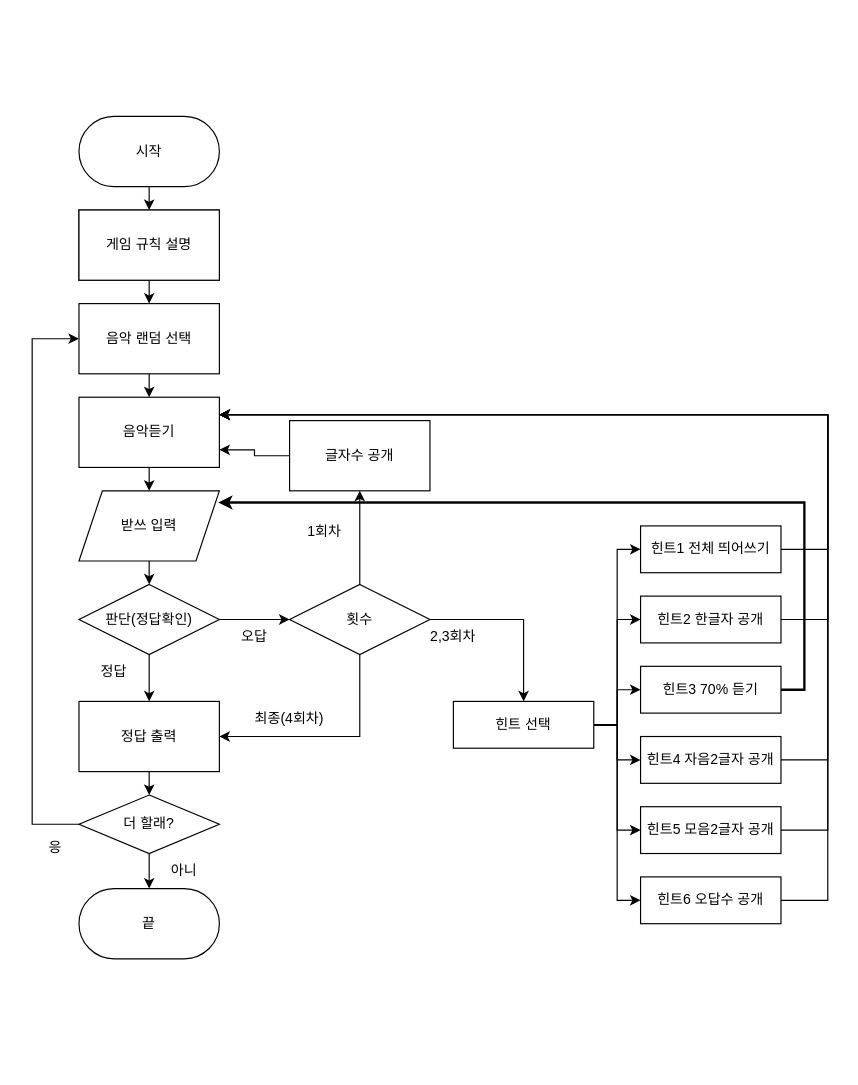
2024-SMHRD-SW-Fullstack-1/CDE-Markect keeps this draw.io diagram as 플로우차트.drawio. Above is the earlier version. Source tidied: cells renumbered, new cells numbered last; positions are measured from the earlier drawing's top-left corner, leaving out a move shared by most shapes. Both pictures are drawn from the tidied source at 117%, with x=0, y=0 at pixel (20, 116).
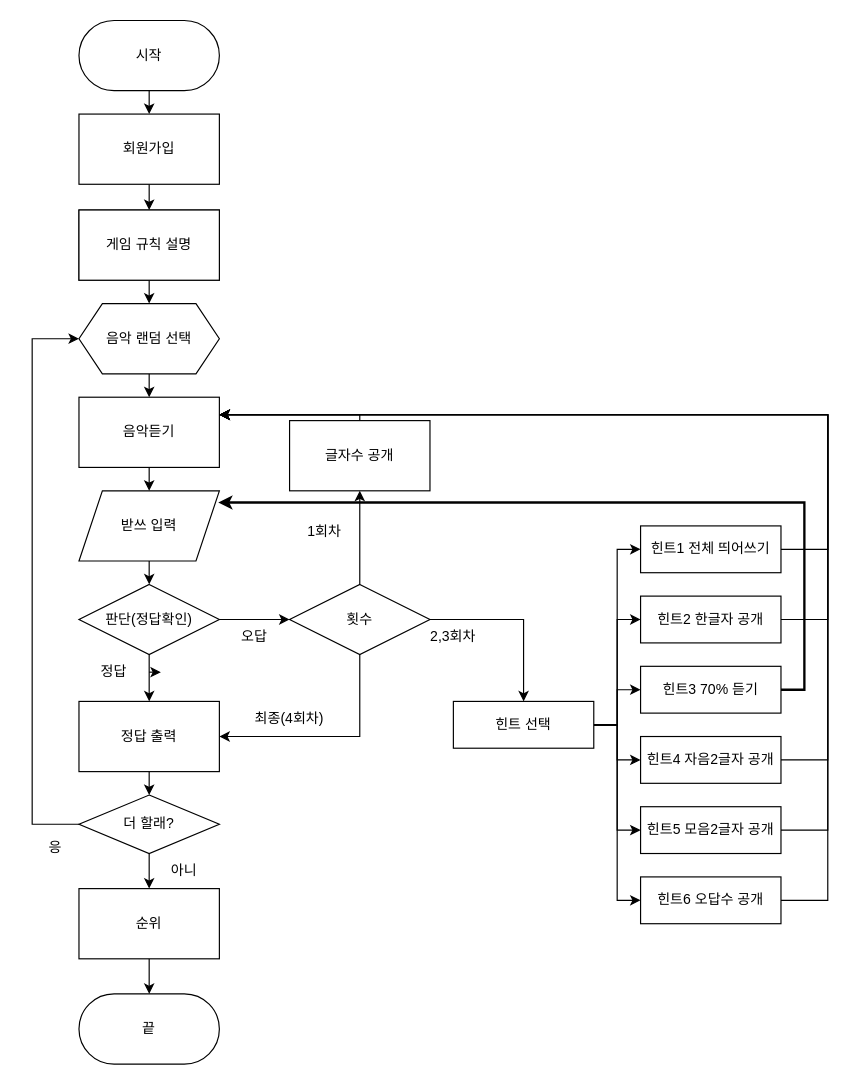
After the change.

Commit message:
미니프로젝트

Unchanged cells that the change refers to:
```xml
<mxCell id="11" value="게임 규칙 설명" style="rounded=0;whiteSpace=wrap;html=1;" parent="1" vertex="1">
  <mxGeometry x="50" y="80" width="120" height="60" as="geometry" />
</mxCell>
<mxCell id="13" value="음악듣기" style="rounded=0;whiteSpace=wrap;html=1;" parent="1" vertex="1">
  <mxGeometry x="50" y="240" width="120" height="60" as="geometry" />
</mxCell>
<mxCell id="36" value="정답" style="text;html=1;align=center;verticalAlign=middle;whiteSpace=wrap;rounded=0;" parent="1" vertex="1">
  <mxGeometry x="50" y="460" width="60" height="30" as="geometry" />
</mxCell>
<mxCell id="44" value="글자수 공개" style="rounded=0;whiteSpace=wrap;html=1;" parent="1" vertex="1">
  <mxGeometry x="230" y="260" width="120" height="60" as="geometry" />
</mxCell>
<mxCell id="49" value="더 할래?" style="rhombus;whiteSpace=wrap;html=1;" parent="1" vertex="1">
  <mxGeometry x="50" y="580" width="120" height="50" as="geometry" />
</mxCell>
```

Change to the diagram source:
```diff
@@
-    <mxCell id="2" style="edgeStyle=orthogonalEdgeStyle;rounded=0;jettySize=auto;html=1;exitX=0.5;exitY=1;exitDx=0;exitDy=0;entryX=0.5;entryY=0;entryDx=0;entryDy=0;" parent="1" edge="1" source="3" target="11">
-      <mxGeometry relative="1" as="geometry" />
+    <mxCell id="2" style="edgeStyle=orthogonalEdgeStyle;rounded=0;jettySize=auto;html=1;exitX=0.5;exitY=1;exitDx=0;exitDy=0;entryX=0.5;entryY=0;entryDx=0;entryDy=0;" parent="1" edge="1" source="3">
+      <mxGeometry relative="1" as="geometry">
+        <mxPoint x="110" y="-2" as="targetPoint" />
+      </mxGeometry>
     </mxCell>
     <mxCell id="3" value="시작" style="rounded=1;whiteSpace=wrap;html=1;arcSize=50;" parent="1" vertex="1">
-      <mxGeometry x="50" width="120" height="60" as="geometry" />
+      <mxGeometry x="50" y="-82" width="120" height="60" as="geometry" />
     </mxCell>
@@
-    <mxCell id="10" style="edgeStyle=orthogonalEdgeStyle;rounded=0;jettySize=auto;html=1;exitX=0.5;exitY=1;exitDx=0;exitDy=0;entryX=0.5;entryY=0;entryDx=0;entryDy=0;" parent="1" edge="1" source="11" target="46">
-      <mxGeometry relative="1" as="geometry" />
+    <mxCell id="10" style="edgeStyle=orthogonalEdgeStyle;rounded=0;jettySize=auto;html=1;exitX=0.5;exitY=1;exitDx=0;exitDy=0;entryX=0.5;entryY=0;entryDx=0;entryDy=0;" parent="1" edge="1" source="11">
+      <mxGeometry relative="1" as="geometry">
+        <mxPoint x="110" y="160" as="targetPoint" />
+      </mxGeometry>
     </mxCell>
@@
+    <mxCell id="54" style="edgeStyle=orthogonalEdgeStyle;rounded=0;jettySize=auto;html=1;exitX=1;exitY=0.5;exitDx=0;exitDy=0;" parent="1" edge="1" source="36">
+      <mxGeometry relative="1" as="geometry">
+        <mxPoint x="120" y="475" as="targetPoint" />
+      </mxGeometry>
+    </mxCell>
@@
     <mxCell id="41" value="끝" style="rounded=1;whiteSpace=wrap;html=1;arcSize=50;" parent="1" vertex="1">
-      <mxGeometry x="50" y="660" width="120" height="60" as="geometry" />
+      <mxGeometry x="50" y="750" width="120" height="60" as="geometry" />
     </mxCell>
@@
-    <mxCell id="43" style="edgeStyle=orthogonalEdgeStyle;rounded=0;jettySize=auto;html=1;exitX=0;exitY=0.5;exitDx=0;exitDy=0;entryX=1;entryY=0.75;entryDx=0;entryDy=0;" parent="1" edge="1" source="44" target="13">
-      <mxGeometry relative="1" as="geometry" />
+    <mxCell id="43" style="edgeStyle=orthogonalEdgeStyle;rounded=0;jettySize=auto;html=1;exitX=0.5;exitY=0;exitDx=0;exitDy=0;entryX=1;entryY=0.25;entryDx=0;entryDy=0;" parent="1" edge="1" source="44" target="13">
+      <mxGeometry relative="1" as="geometry">
+        <Array as="points">
+          <mxPoint x="290" y="255" />
+        </Array>
+      </mxGeometry>
     </mxCell>
@@
-    <mxCell id="45" style="edgeStyle=orthogonalEdgeStyle;rounded=0;jettySize=auto;html=1;exitX=0.5;exitY=1;exitDx=0;exitDy=0;entryX=0.5;entryY=0;entryDx=0;entryDy=0;" parent="1" edge="1" source="46" target="13">
-      <mxGeometry relative="1" as="geometry" />
+    <mxCell id="45" style="edgeStyle=orthogonalEdgeStyle;rounded=0;jettySize=auto;html=1;exitX=0.5;exitY=1;exitDx=0;exitDy=0;entryX=0.5;entryY=0;entryDx=0;entryDy=0;" parent="1" edge="1" target="13">
+      <mxGeometry relative="1" as="geometry">
+        <mxPoint x="110" y="220" as="sourcePoint" />
+      </mxGeometry>
     </mxCell>
-    <mxCell id="46" value="음악 랜덤 선택" style="rounded=0;whiteSpace=wrap;html=1;" parent="1" vertex="1">
-      <mxGeometry x="50" y="160" width="120" height="60" as="geometry" />
-    </mxCell>
-    <mxCell id="47" style="edgeStyle=orthogonalEdgeStyle;rounded=0;jettySize=auto;html=1;exitX=0.5;exitY=1;exitDx=0;exitDy=0;entryX=0.5;entryY=0;entryDx=0;entryDy=0;" parent="1" edge="1" source="49" target="41">
-      <mxGeometry relative="1" as="geometry" />
-    </mxCell>
-    <mxCell id="48" style="edgeStyle=orthogonalEdgeStyle;rounded=0;jettySize=auto;html=1;exitX=0;exitY=0.5;exitDx=0;exitDy=0;entryX=0;entryY=0.5;entryDx=0;entryDy=0;" parent="1" edge="1" source="49" target="46">
+    <mxCell id="48" style="edgeStyle=orthogonalEdgeStyle;rounded=0;jettySize=auto;html=1;exitX=0;exitY=0.5;exitDx=0;exitDy=0;entryX=0;entryY=0.5;entryDx=0;entryDy=0;" parent="1" edge="1" source="49">
       <mxGeometry relative="1" as="geometry">
+        <mxPoint x="50" y="190" as="targetPoint" />
         <Array as="points">
           <mxPoint x="10" y="605" />
           <mxPoint x="10" y="190" />
         </Array>
       </mxGeometry>
     </mxCell>
+    <mxCell id="55" style="edgeStyle=orthogonalEdgeStyle;rounded=0;jettySize=auto;html=1;exitX=0.5;exitY=1;exitDx=0;exitDy=0;entryX=0.5;entryY=0;entryDx=0;entryDy=0;" parent="1" edge="1" source="49" target="59">
+      <mxGeometry relative="1" as="geometry" />
+    </mxCell>
@@
+    <mxCell id="56" style="edgeStyle=orthogonalEdgeStyle;rounded=0;jettySize=auto;html=1;" parent="1" edge="1" source="57" target="11">
+      <mxGeometry relative="1" as="geometry" />
+    </mxCell>
+    <mxCell id="57" value="회원가입" style="rounded=0;whiteSpace=wrap;html=1;" parent="1" vertex="1">
+      <mxGeometry x="50" y="-2" width="120" height="60" as="geometry" />
+    </mxCell>
+    <mxCell id="58" style="edgeStyle=orthogonalEdgeStyle;rounded=0;jettySize=auto;html=1;exitX=0.5;exitY=1;exitDx=0;exitDy=0;entryX=0.5;entryY=0;entryDx=0;entryDy=0;" parent="1" edge="1" source="59" target="41">
+      <mxGeometry relative="1" as="geometry" />
+    </mxCell>
+    <mxCell id="59" value="순위" style="rounded=0;whiteSpace=wrap;html=1;" parent="1" vertex="1">
+      <mxGeometry x="50" y="660" width="120" height="60" as="geometry" />
+    </mxCell>
+    <mxCell id="46" value="음악 랜덤 선택" style="shape=hexagon;perimeter=hexagonPerimeter2;whiteSpace=wrap;html=1;fixedSize=1;" parent="1" vertex="1">
+      <mxGeometry x="50" y="160" width="120" height="60" as="geometry" />
+    </mxCell>
```
